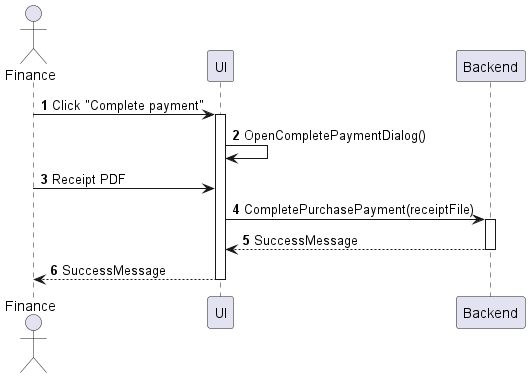
Before: sequences/purchase-order-complete-payment.png, a diagram exported from PlantUML (phihungha/scmss-reqs).
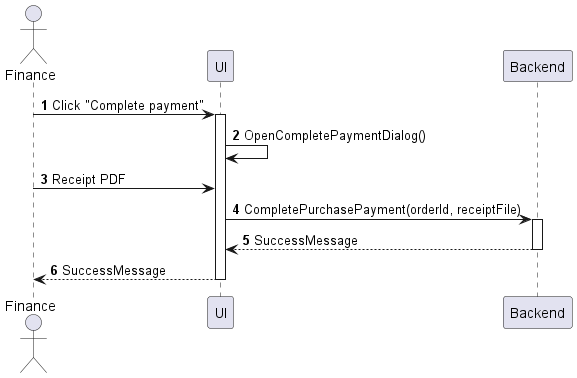
Later version of the same file.

Diff of the diagram source:
```diff
@@ -9,7 +9,7 @@
 activate f
 f -> f : OpenCompletePaymentDialog()
 a -> f : Receipt PDF
-f -> b : CompletePurchasePayment(receiptFile)
+f -> b : CompletePurchasePayment(orderId, receiptFile)
 activate b
 return SuccessMessage
 return SuccessMessage
```
